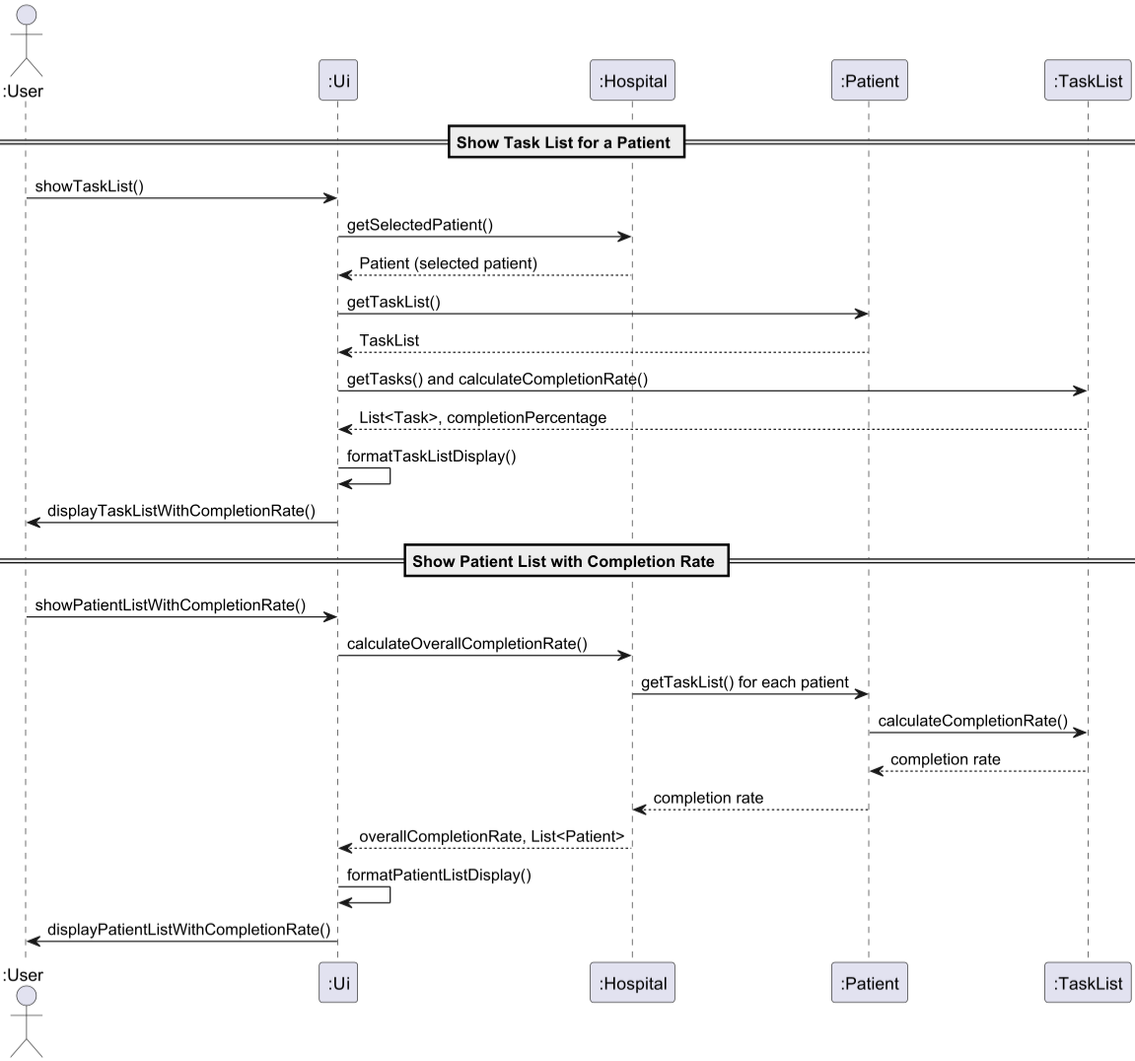
nus-cs2113-AY2425S1/tp keeps this PlantUML diagram as docs/images/CompletionRateSequenceDiagram.png. Above is the earlier version. Its source is kept beside it as docs/diagrams/CompletionRateSequenceDiagram.puml.
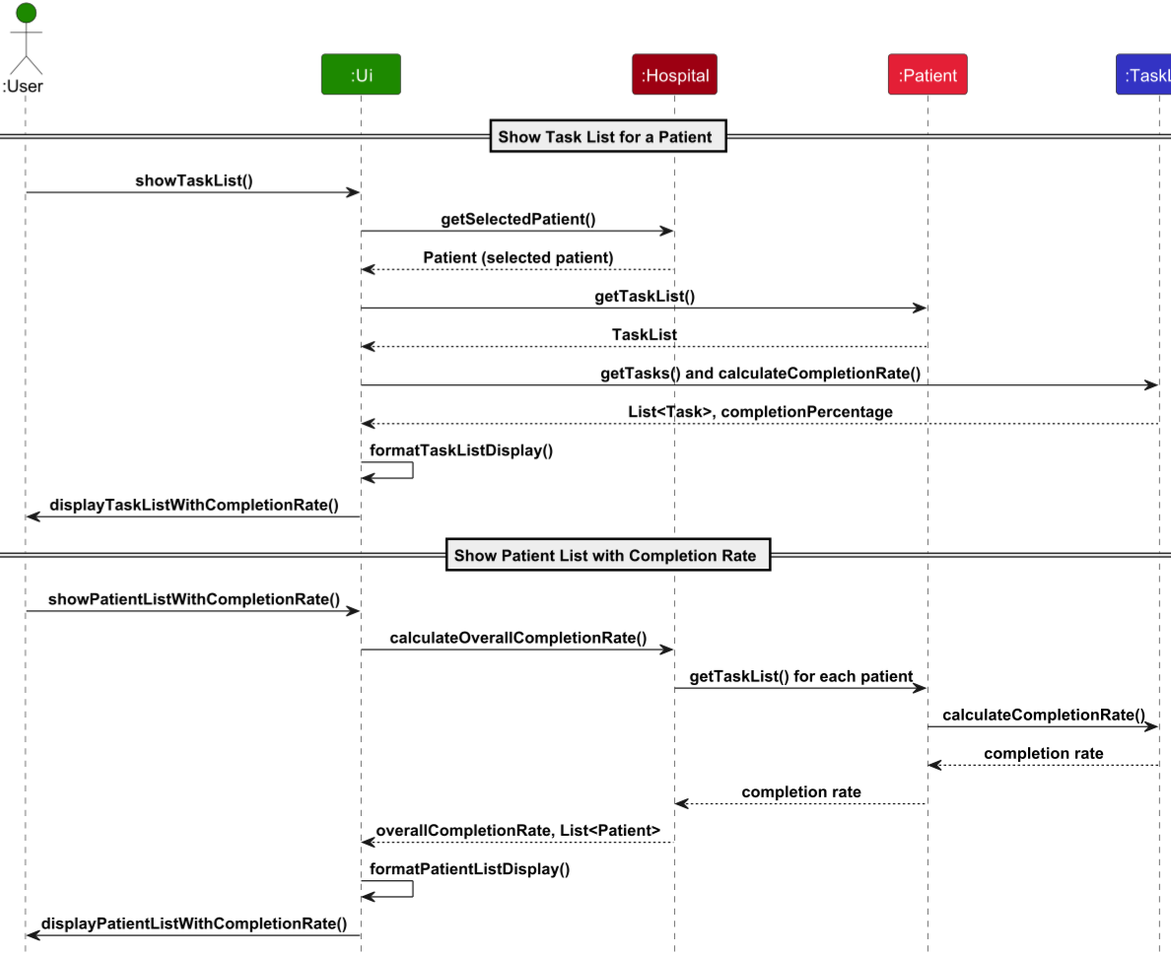
After the change.

Change to the diagram source:
```diff
@@ -1,9 +1,11 @@
 @startuml
-actor ":User" as user
-participant ":Ui" as Ui
-participant ":Hospital" as Hospital
-participant ":Patient" as Patient
-participant ":TaskList" as TaskList
+!include style.puml
+
+actor ":User" as user UI_COLOR
+participant ":Ui" as Ui UI_COLOR
+participant ":Hospital" as Hospital MODEL_COLOR
+participant ":Patient" as Patient MODEL_COLOR_T2
+participant ":TaskList" as TaskList LOGIC_COLOR
 
 == Show Task List for a Patient ==
 user -> Ui : showTaskList()
```
